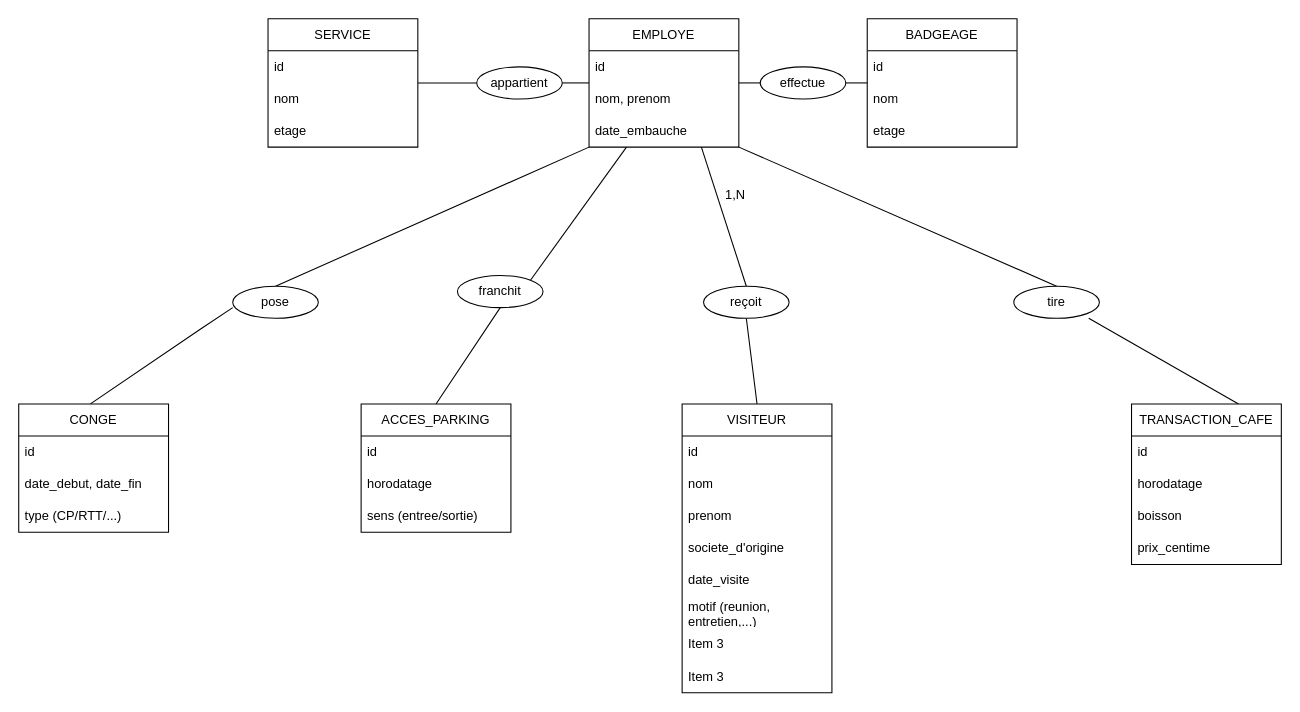
gdiaby2403/repo1 keeps this draw.io diagram as Adakaor_ajout_visiteur.drawio. Above is the earlier version. Source tidied: cells renumbered, new cells numbered last; positions are measured from the earlier drawing's top-left corner, leaving out a move shared by most shapes. Both pictures are drawn from the tidied source at 107%, with x=0, y=0 at pixel (18, 18).
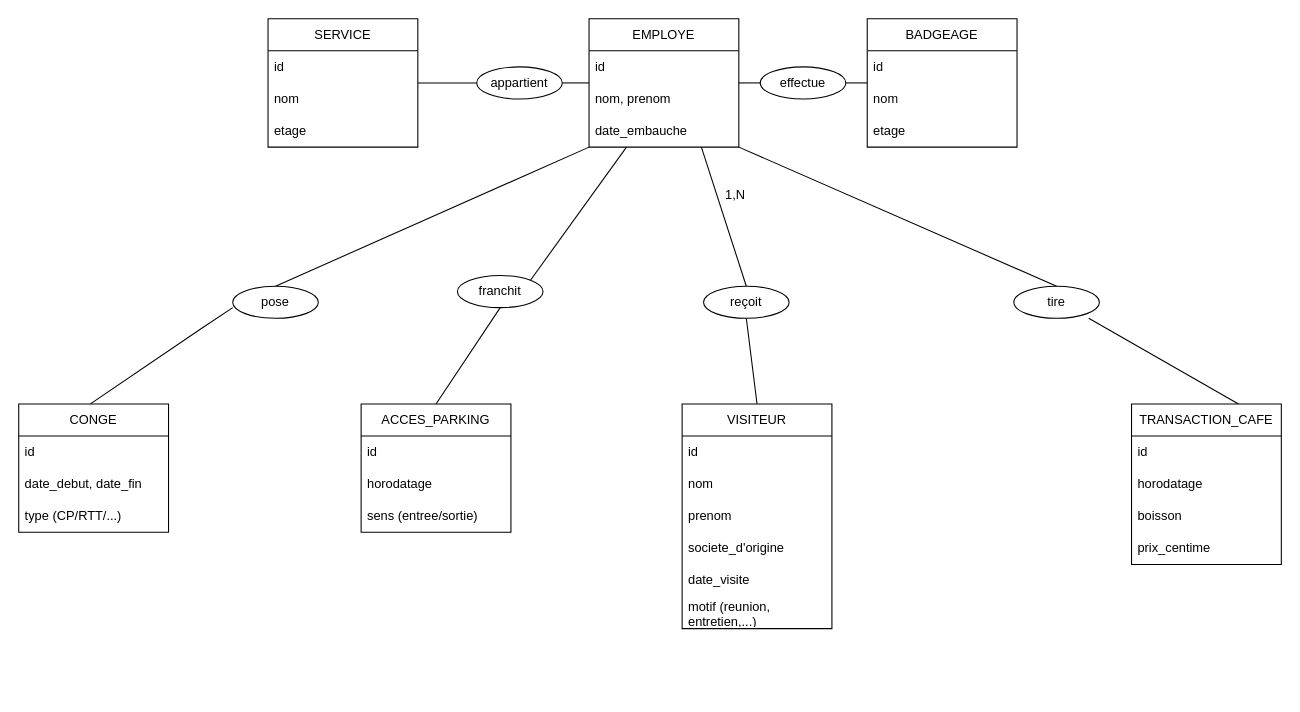
The same diagram, later.

Commit message (it also covers changes not shown here):
Mettre à jour Adakaor_ajout_visiteur.drawio

The edit, as a diff of the source:
```diff
@@
     <mxCell id="2" value="VISITEUR" style="swimlane;fontStyle=0;horizontal=1;startSize=30;whiteSpace=wrap;html=1;" parent="1" vertex="1">
-      <mxGeometry x="620" y="360" width="140" height="270" as="geometry" />
+      <mxGeometry x="620" y="360" width="140" height="210" as="geometry" />
     </mxCell>
@@
-    <mxCell id="9" value="Item 3" style="text;strokeColor=none;fillColor=none;align=left;verticalAlign=middle;spacingLeft=4;spacingRight=4;overflow=hidden;whiteSpace=wrap;html=1;" parent="2" vertex="1">
-      <mxGeometry y="210" width="140" height="30" as="geometry" />
-    </mxCell>
-    <mxCell id="10" value="Item 3" style="text;strokeColor=none;fillColor=none;align=left;verticalAlign=middle;spacingLeft=4;spacingRight=4;overflow=hidden;whiteSpace=wrap;html=1;" parent="2" vertex="1">
-      <mxGeometry y="240" width="140" height="30" as="geometry" />
-    </mxCell>
```
